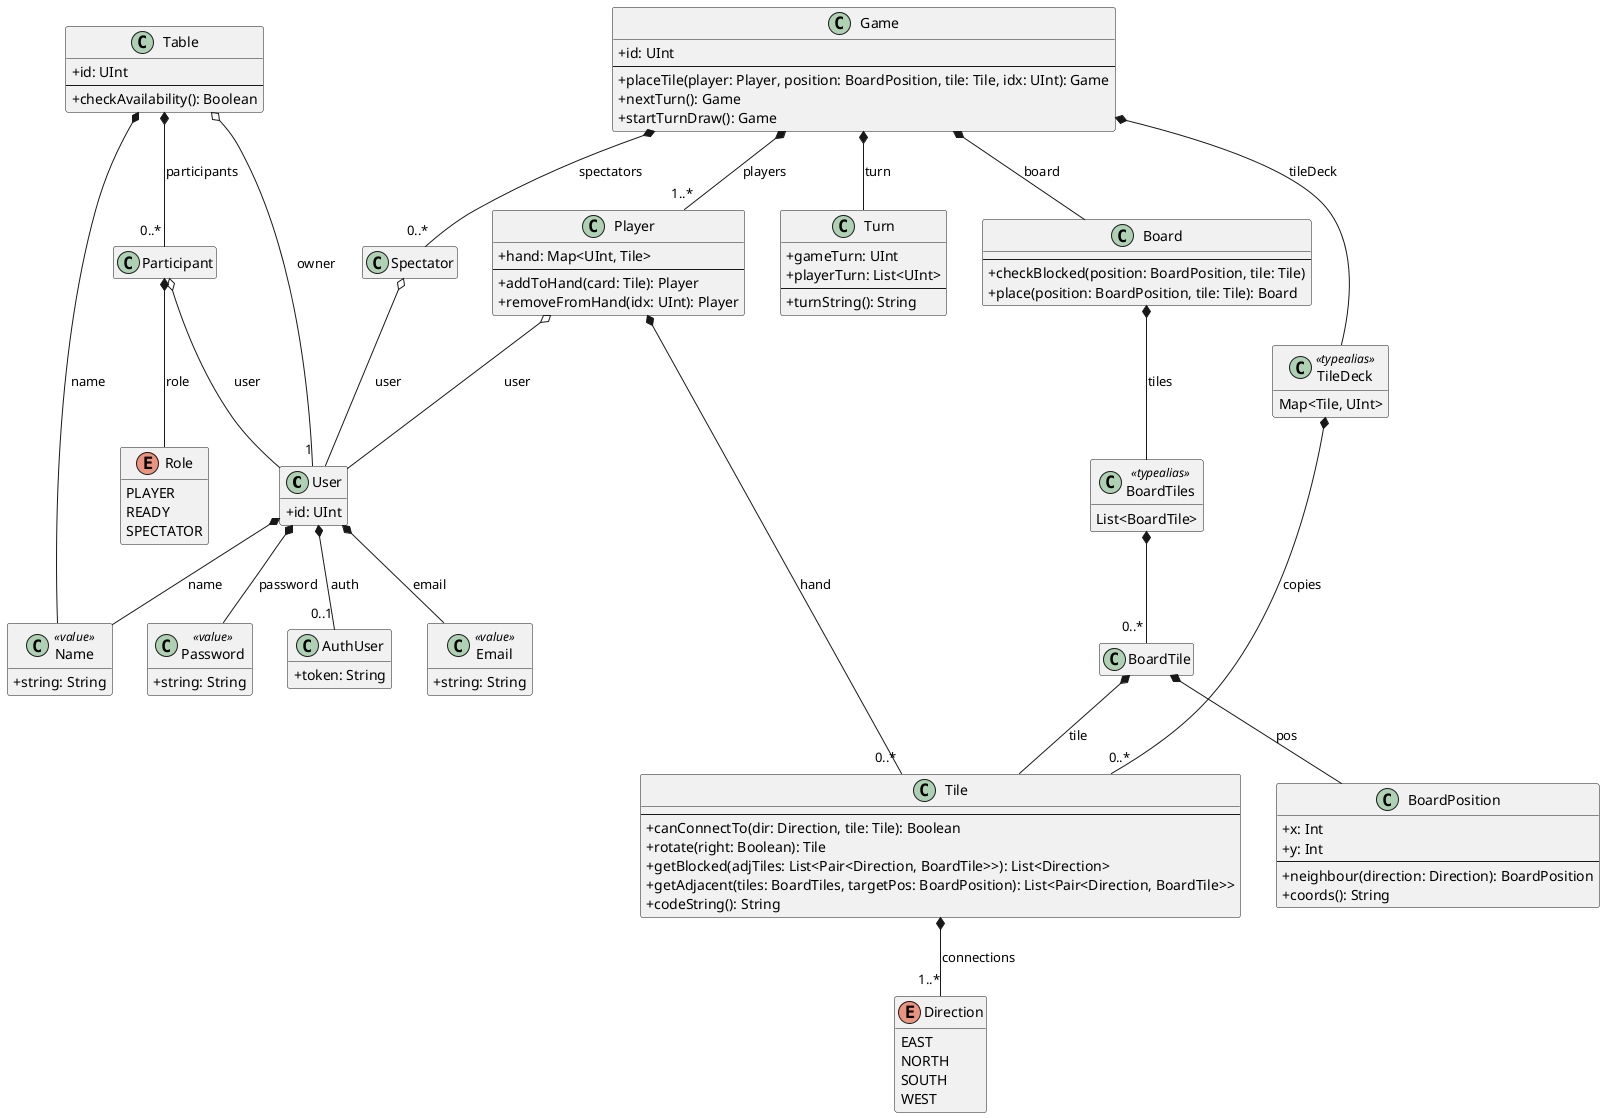
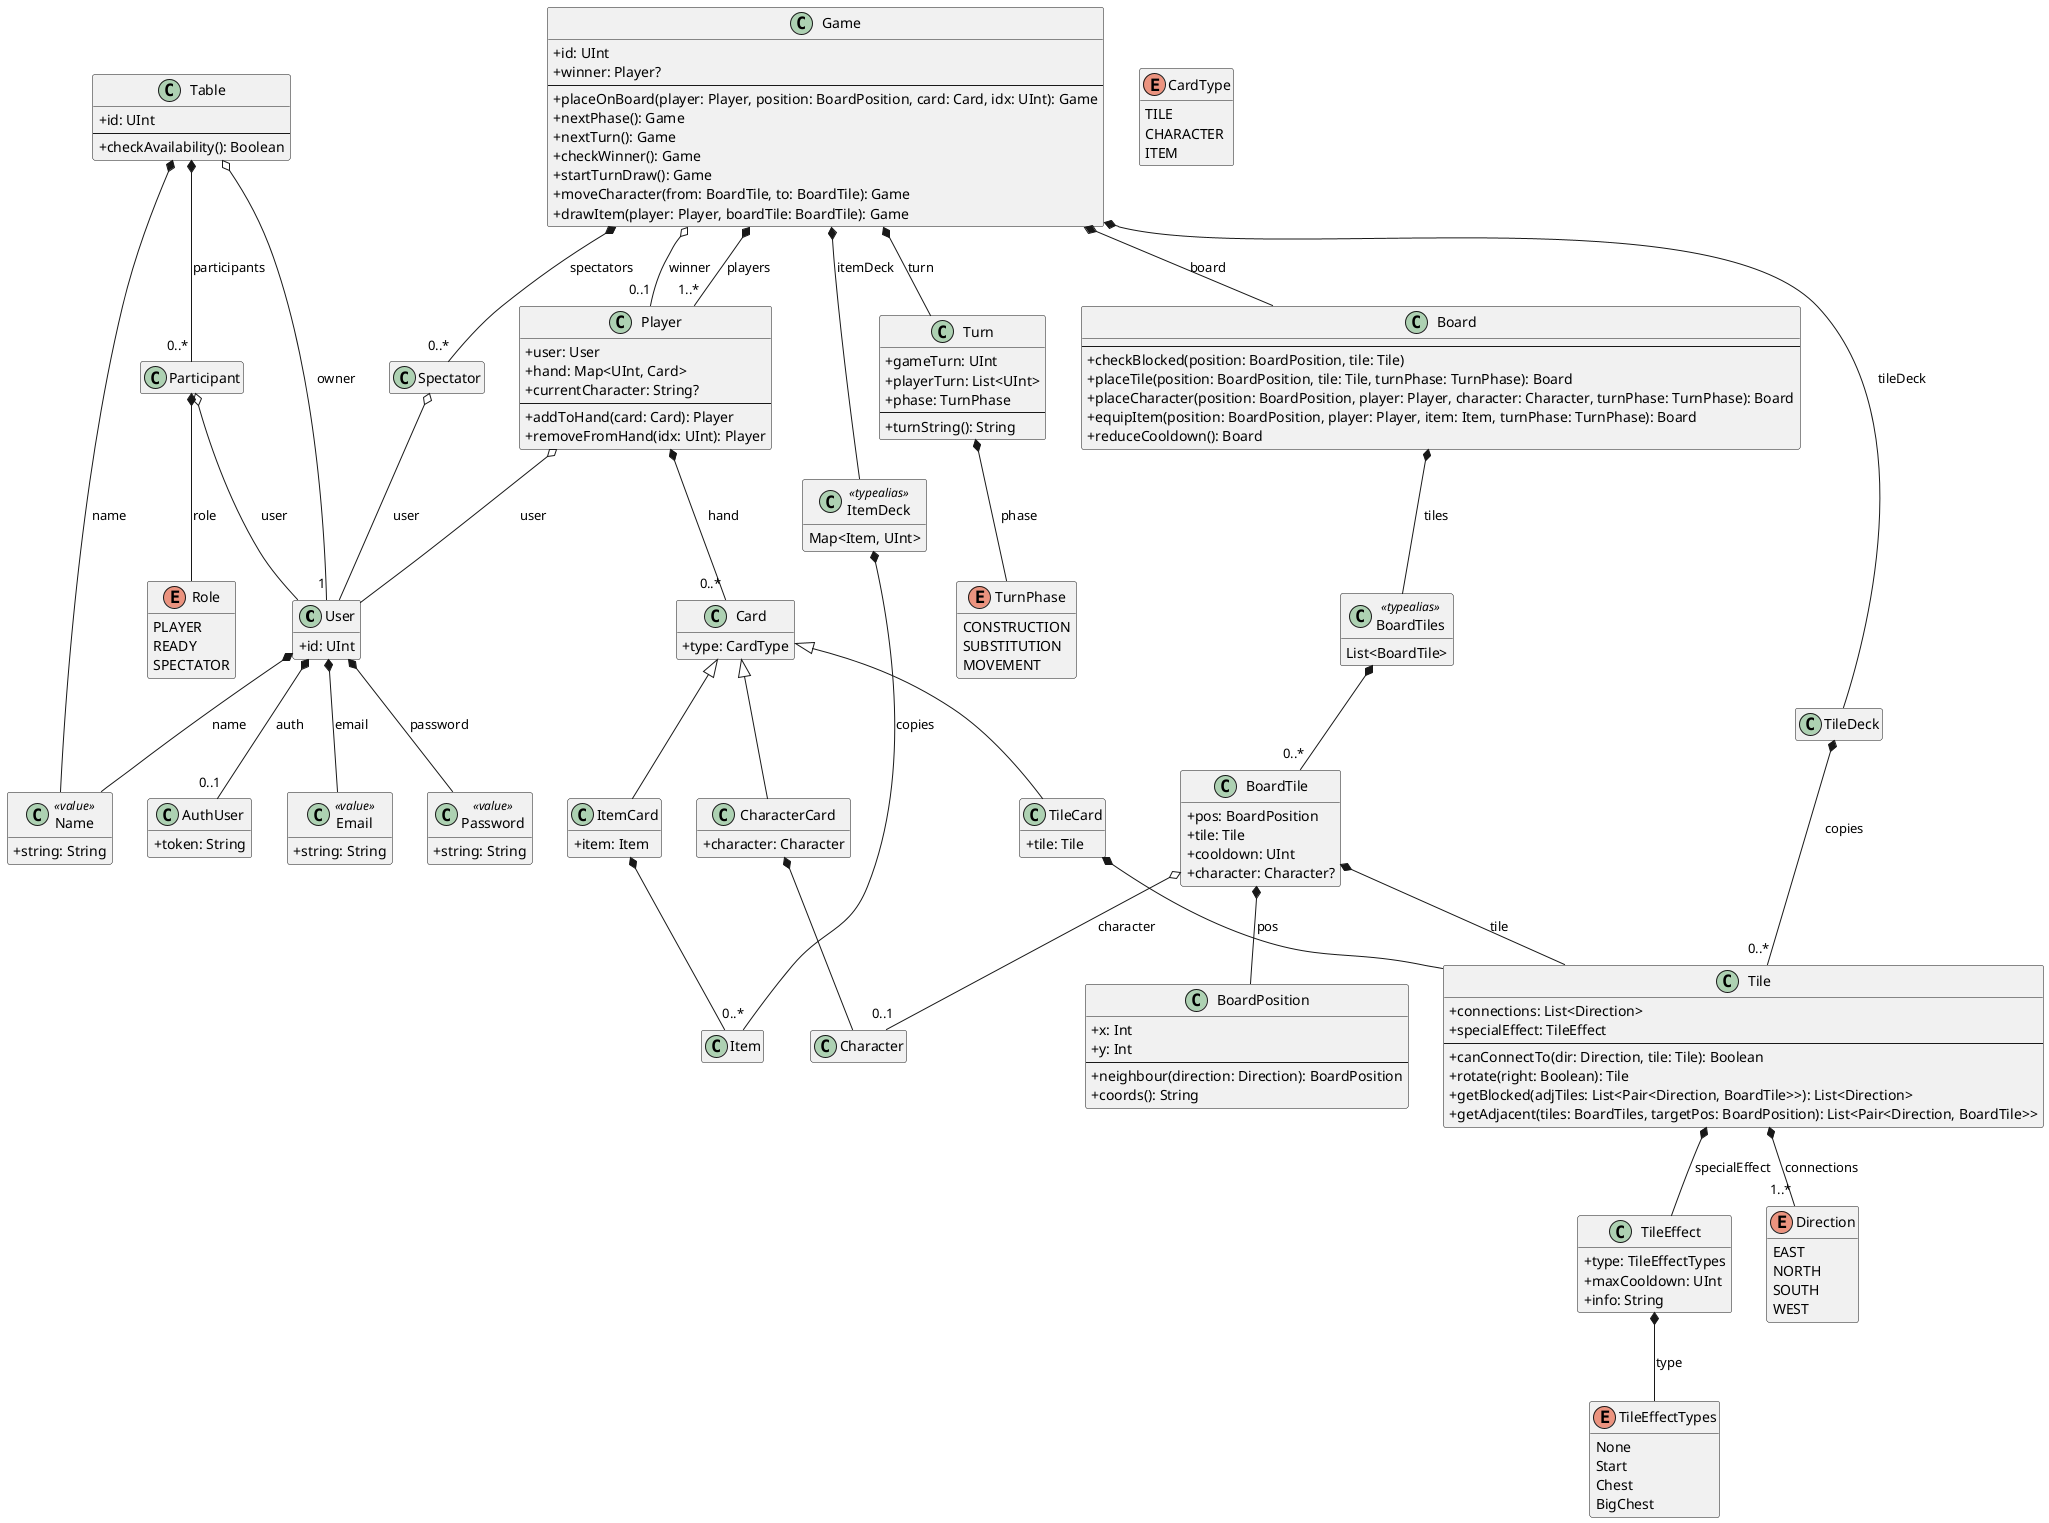
@startuml DomainDiagram
hide empty members
skinparam classAttributeIconSize 0

class User {
  +id: UInt
}

class AuthUser {
  +token: String
}

class Table {
  +id: UInt
  --
  +checkAvailability(): Boolean
}

class Participant { }

enum Role {
  PLAYER
  READY
  SPECTATOR
}

class Name <<value>> {
  +string: String
}

class Email <<value>> {
  +string: String
}

class Password <<value>> {
  +string: String
}

class Game {
  +id: UInt
-   --
-   +placeTile(player: Player, position: BoardPosition, tile: Tile, idx: UInt): Game
+   +winner: Player?
+   --
+   +placeOnBoard(player: Player, position: BoardPosition, card: Card, idx: UInt): Game
+   +nextPhase(): Game
  +nextTurn(): Game
+   +checkWinner(): Game
  +startTurnDraw(): Game
+   +moveCharacter(from: BoardTile, to: BoardTile): Game
+   +drawItem(player: Player, boardTile: BoardTile): Game
}

class Player {
-   +hand: Map<UInt, Tile>
-   --
-   +addToHand(card: Tile): Player
+   +user: User
+   +hand: Map<UInt, Card>
+   +currentCharacter: String?
+   --
+   +addToHand(card: Card): Player
  +removeFromHand(idx: UInt): Player
}

+ class Card {
+   +type: CardType
+ }
+ 
+ enum CardType {
+   TILE
+   CHARACTER
+   ITEM
+ }
+ 
+ class TileCard {
+   +tile: Tile
+ }
+ 
+ class CharacterCard {
+   +character: Character
+ }
+ 
+ class ItemCard {
+   +item: Item
+ }
+ 
class Spectator { }

class Board {
  --
  +checkBlocked(position: BoardPosition, tile: Tile)
-   +place(position: BoardPosition, tile: Tile): Board
- }
- 
- class BoardTile { }
+   +placeTile(position: BoardPosition, tile: Tile, turnPhase: TurnPhase): Board
+   +placeCharacter(position: BoardPosition, player: Player, character: Character, turnPhase: TurnPhase): Board
+   +equipItem(position: BoardPosition, player: Player, item: Item, turnPhase: TurnPhase): Board
+   +reduceCooldown(): Board
+ }
+ 
+ class BoardTile {
+   +pos: BoardPosition
+   +tile: Tile
+   +cooldown: UInt
+   +character: Character?
+ }

class BoardPosition {
  +x: Int
  +y: Int
  --
  +neighbour(direction: Direction): BoardPosition
  +coords(): String
}

class Tile {
+   +connections: List<Direction>
+   +specialEffect: TileEffect
  --
  +canConnectTo(dir: Direction, tile: Tile): Boolean
  +rotate(right: Boolean): Tile
  +getBlocked(adjTiles: List<Pair<Direction, BoardTile>>): List<Direction>
  +getAdjacent(tiles: BoardTiles, targetPos: BoardPosition): List<Pair<Direction, BoardTile>>
-   +codeString(): String
+ }
+ 
+ class TileEffect {
+   +type: TileEffectTypes
+   +maxCooldown: UInt
+   +info: String
+ }
+ 
+ enum TileEffectTypes {
+   None
+   Start
+   Chest
+   BigChest
}

enum Direction {
  EAST
  NORTH
  SOUTH
  WEST
}

class Turn {
  +gameTurn: UInt
  +playerTurn: List<UInt>
+   +phase: TurnPhase
  --
  +turnString(): String
+ }
+ 
+ enum TurnPhase {
+   CONSTRUCTION
+   SUBSTITUTION
+   MOVEMENT
}

class BoardTiles <<typealias>> {
  List<BoardTile>
}

- class TileDeck <<typealias>> {
-   Map<Tile, UInt>
+ class ItemDeck <<typealias>> {
+   Map<Item, UInt>
}

User *-- "0..1" AuthUser : auth
User *-- Name : name
User *-- Email : email
User *-- Password : password

Table *-- Name : name
Table o-- "1" User : owner
Table *-- "0..*" Participant : participants

Participant o-- User : user
Participant *-- Role : role

Game *-- "1..*" Player : players
Game *-- "0..*" Spectator : spectators
Game *-- Board : board
Game *-- TileDeck : tileDeck
+ Game *-- ItemDeck : itemDeck
Game *-- Turn : turn
+ Game o-- "0..1" Player : winner

Player o-- User : user
- Player *-- "0..*" Tile : hand
+ Player *-- "0..*" Card : hand
+ 
+ Card <|-- TileCard
+ Card <|-- CharacterCard
+ Card <|-- ItemCard
+ 
+ TileCard *-- Tile
+ CharacterCard *-- Character
+ ItemCard *-- Item

Spectator o-- User : user

Board *-- BoardTiles : tiles
BoardTiles *-- "0..*" BoardTile

BoardTile *-- BoardPosition : pos
BoardTile *-- Tile : tile
+ BoardTile o-- "0..1" Character : character

Tile *-- "1..*" Direction : connections
+ Tile *-- TileEffect : specialEffect
+ 
+ TileEffect *-- TileEffectTypes : type
+ 
+ Turn *-- TurnPhase : phase

TileDeck *-- "0..*" Tile : copies
+ ItemDeck *-- "0..*" Item : copies

@enduml